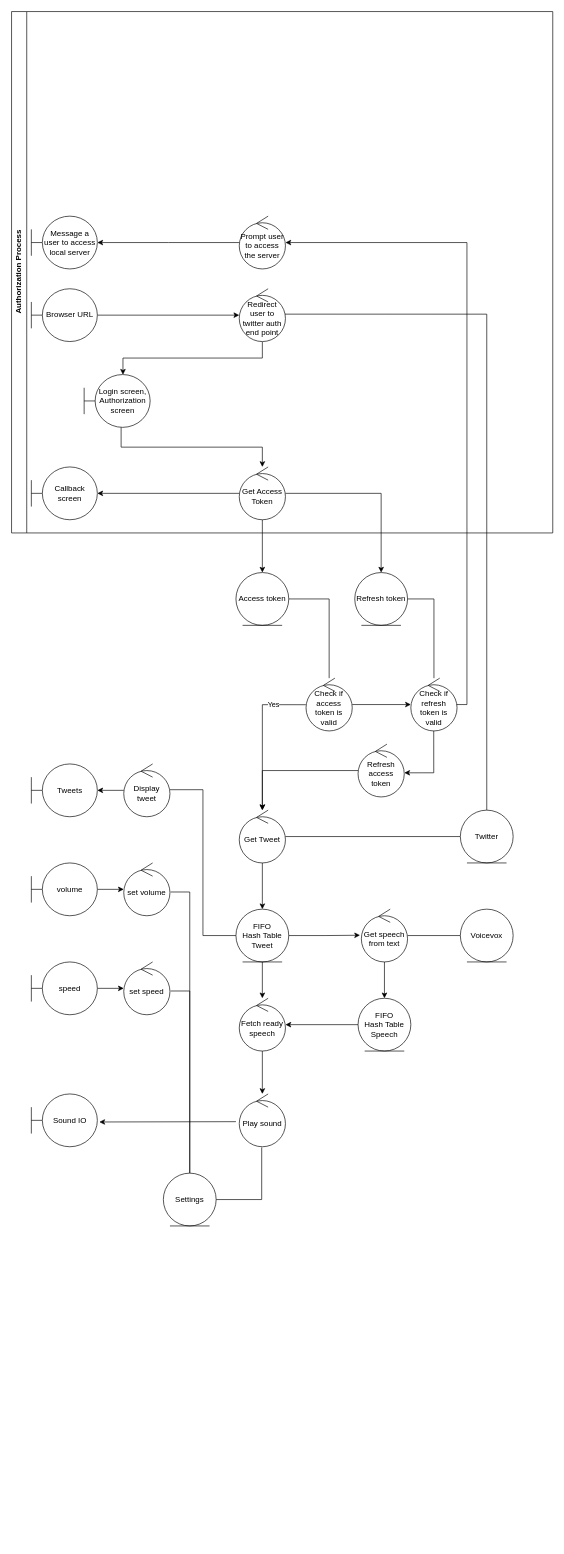
Before: design/robustness.drawio in tapoh22334/twradio, a draw.io diagram. Source tidied: cells renumbered, new cells numbered last; positions are measured from the earlier drawing's top-left corner, leaving out a move shared by most shapes. Both pictures are drawn from the tidied source at 66%, with x=0, y=0 at pixel (11, 11).
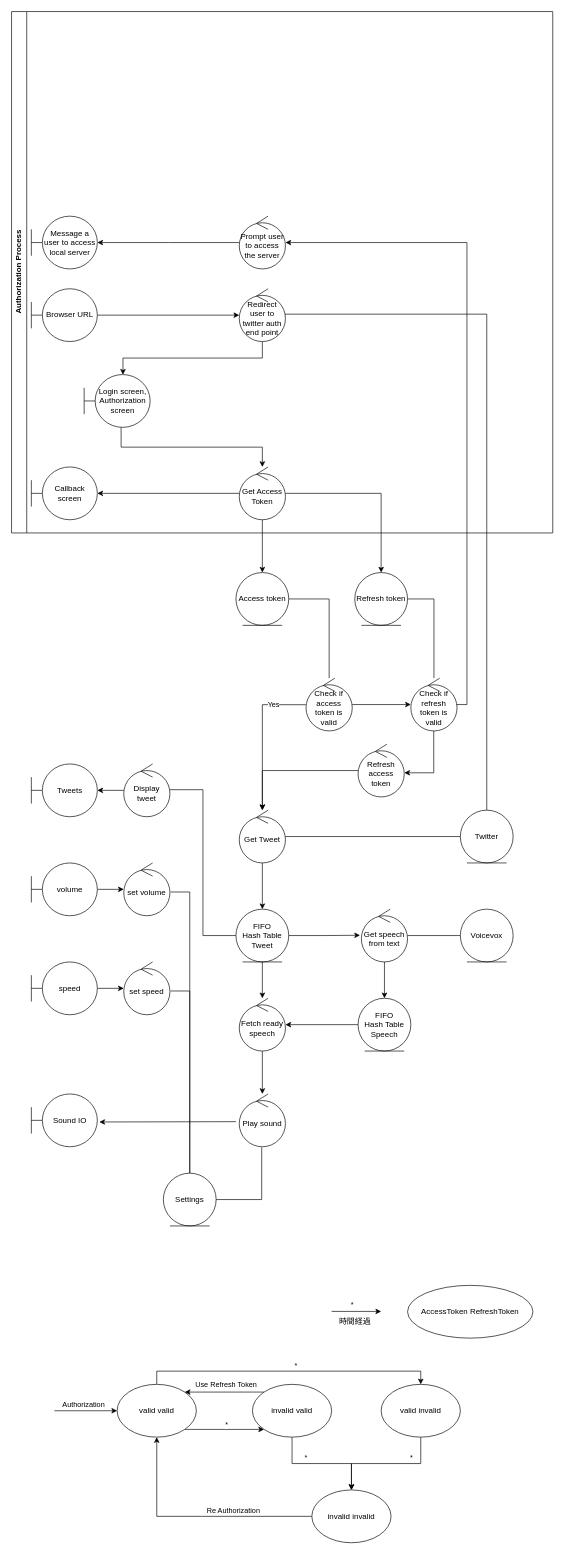
The same diagram, later.

Change to the diagram source:
```diff
@@
+    <mxCell id="63" style="edgeStyle=orthogonalEdgeStyle;rounded=0;jettySize=auto;html=1;exitX=1;exitY=1;exitDx=0;exitDy=0;entryX=0;entryY=1;entryDx=0;entryDy=0;" parent="1" edge="1" source="67" target="72">
+      <mxGeometry relative="1" as="geometry" />
+    </mxCell>
+    <mxCell id="64" value="*" style="edgeLabel;html=1;align=center;verticalAlign=middle;" parent="63" vertex="1">
+      <mxGeometry y="-3" relative="1" as="geometry">
+        <mxPoint x="3" y="-11" as="offset" />
+      </mxGeometry>
+    </mxCell>
+    <mxCell id="65" style="edgeStyle=orthogonalEdgeStyle;rounded=0;jettySize=auto;html=1;entryX=0.5;entryY=0;entryDx=0;entryDy=0;exitX=0.5;exitY=0;exitDx=0;exitDy=0;" parent="1" edge="1" source="67" target="75">
+      <mxGeometry relative="1" as="geometry" />
+    </mxCell>
+    <mxCell id="66" value="*" style="edgeLabel;html=1;align=center;verticalAlign=middle;" parent="65" vertex="1">
+      <mxGeometry x="0.16" y="-4" relative="1" as="geometry">
+        <mxPoint x="-25" y="-14" as="offset" />
+      </mxGeometry>
+    </mxCell>
+    <mxCell id="67" value="valid valid" style="ellipse;whiteSpace=wrap;html=1;strokeColor=default;" parent="1" vertex="1">
+      <mxGeometry x="160" y="2080" width="120" height="80" as="geometry" />
+    </mxCell>
+    <mxCell id="68" style="edgeStyle=orthogonalEdgeStyle;rounded=0;jettySize=auto;html=1;" parent="1" edge="1" source="72" target="78">
+      <mxGeometry relative="1" as="geometry" />
+    </mxCell>
+    <mxCell id="69" value="*" style="edgeLabel;html=1;align=center;verticalAlign=middle;" parent="68" vertex="1">
+      <mxGeometry x="0.07" y="-3" relative="1" as="geometry">
+        <mxPoint x="-31" y="-13" as="offset" />
+      </mxGeometry>
+    </mxCell>
+    <mxCell id="70" style="edgeStyle=orthogonalEdgeStyle;rounded=0;jettySize=auto;html=1;entryX=1;entryY=0;entryDx=0;entryDy=0;exitX=0;exitY=0;exitDx=0;exitDy=0;" parent="1" edge="1" source="72" target="67">
+      <mxGeometry relative="1" as="geometry">
+        <Array as="points">
+          <mxPoint x="365" y="2092" />
+          <mxPoint x="365" y="2092" />
+        </Array>
+      </mxGeometry>
+    </mxCell>
+    <mxCell id="71" value="Use Refresh Token" style="edgeLabel;html=1;align=center;verticalAlign=middle;" parent="70" vertex="1">
+      <mxGeometry x="-0.22" y="-5" relative="1" as="geometry">
+        <mxPoint x="-11" y="-7" as="offset" />
+      </mxGeometry>
+    </mxCell>
+    <mxCell id="72" value="invalid valid" style="ellipse;whiteSpace=wrap;html=1;strokeColor=default;" parent="1" vertex="1">
+      <mxGeometry x="365" y="2080" width="120" height="80" as="geometry" />
+    </mxCell>
+    <mxCell id="73" style="edgeStyle=orthogonalEdgeStyle;rounded=0;jettySize=auto;html=1;" parent="1" edge="1" source="75" target="78">
+      <mxGeometry relative="1" as="geometry" />
+    </mxCell>
+    <mxCell id="74" value="*" style="edgeLabel;html=1;align=center;verticalAlign=middle;" parent="73" vertex="1">
+      <mxGeometry x="-0.01" y="3" relative="1" as="geometry">
+        <mxPoint x="37" y="-13" as="offset" />
+      </mxGeometry>
+    </mxCell>
+    <mxCell id="75" value="valid invalid" style="ellipse;whiteSpace=wrap;html=1;strokeColor=default;" parent="1" vertex="1">
+      <mxGeometry x="560" y="2080" width="120" height="80" as="geometry" />
+    </mxCell>
+    <mxCell id="76" style="edgeStyle=orthogonalEdgeStyle;rounded=0;jettySize=auto;html=1;" parent="1" edge="1" source="78" target="67">
+      <mxGeometry relative="1" as="geometry" />
+    </mxCell>
+    <mxCell id="77" value="Re Authorization" style="edgeLabel;html=1;align=center;verticalAlign=middle;" parent="76" vertex="1">
+      <mxGeometry x="-0.34" y="-3" relative="1" as="geometry">
+        <mxPoint x="-3" y="-7" as="offset" />
+      </mxGeometry>
+    </mxCell>
+    <mxCell id="78" value="invalid invalid" style="ellipse;whiteSpace=wrap;html=1;strokeColor=default;" parent="1" vertex="1">
+      <mxGeometry x="455" y="2240" width="120" height="80" as="geometry" />
+    </mxCell>
+    <mxCell id="79" style="endArrow=classic;html=1;rounded=0;entryX=0;entryY=0.5;entryDx=0;entryDy=0;" parent="1" edge="1" target="67">
+      <mxGeometry relative="1" as="geometry">
+        <mxPoint x="65" y="2120" as="sourcePoint" />
+      </mxGeometry>
+    </mxCell>
+    <mxCell id="80" value="Authorization" style="edgeLabel;html=1;align=center;verticalAlign=middle;" parent="79" vertex="1">
+      <mxGeometry x="-0.09" y="3" relative="1" as="geometry">
+        <mxPoint y="-7" as="offset" />
+      </mxGeometry>
+    </mxCell>
+    <mxCell id="81" value="AccessToken RefreshToken" style="ellipse;whiteSpace=wrap;html=1;strokeColor=default;" parent="1" vertex="1">
+      <mxGeometry x="600" y="1930" width="190" height="80" as="geometry" />
+    </mxCell>
+    <mxCell id="82" style="edgeStyle=orthogonalEdgeStyle;rounded=0;orthogonalLoop=1;jettySize=auto;html=1;" parent="1" edge="1">
+      <mxGeometry relative="1" as="geometry">
+        <mxPoint x="485" y="1969.5" as="sourcePoint" />
+        <mxPoint x="560" y="1969.5" as="targetPoint" />
+      </mxGeometry>
+    </mxCell>
+    <mxCell id="83" value="*" style="edgeLabel;html=1;align=center;verticalAlign=middle;" parent="82" vertex="1">
+      <mxGeometry x="-0.47" y="2" relative="1" as="geometry">
+        <mxPoint x="10" y="-8" as="offset" />
+      </mxGeometry>
+    </mxCell>
+    <mxCell id="84" value="時間経過" style="text;html=1;align=center;verticalAlign=middle;strokeColor=none;fillColor=none;" parent="1" vertex="1">
+      <mxGeometry x="485" y="1970" width="70" height="30" as="geometry" />
+    </mxCell>
```
